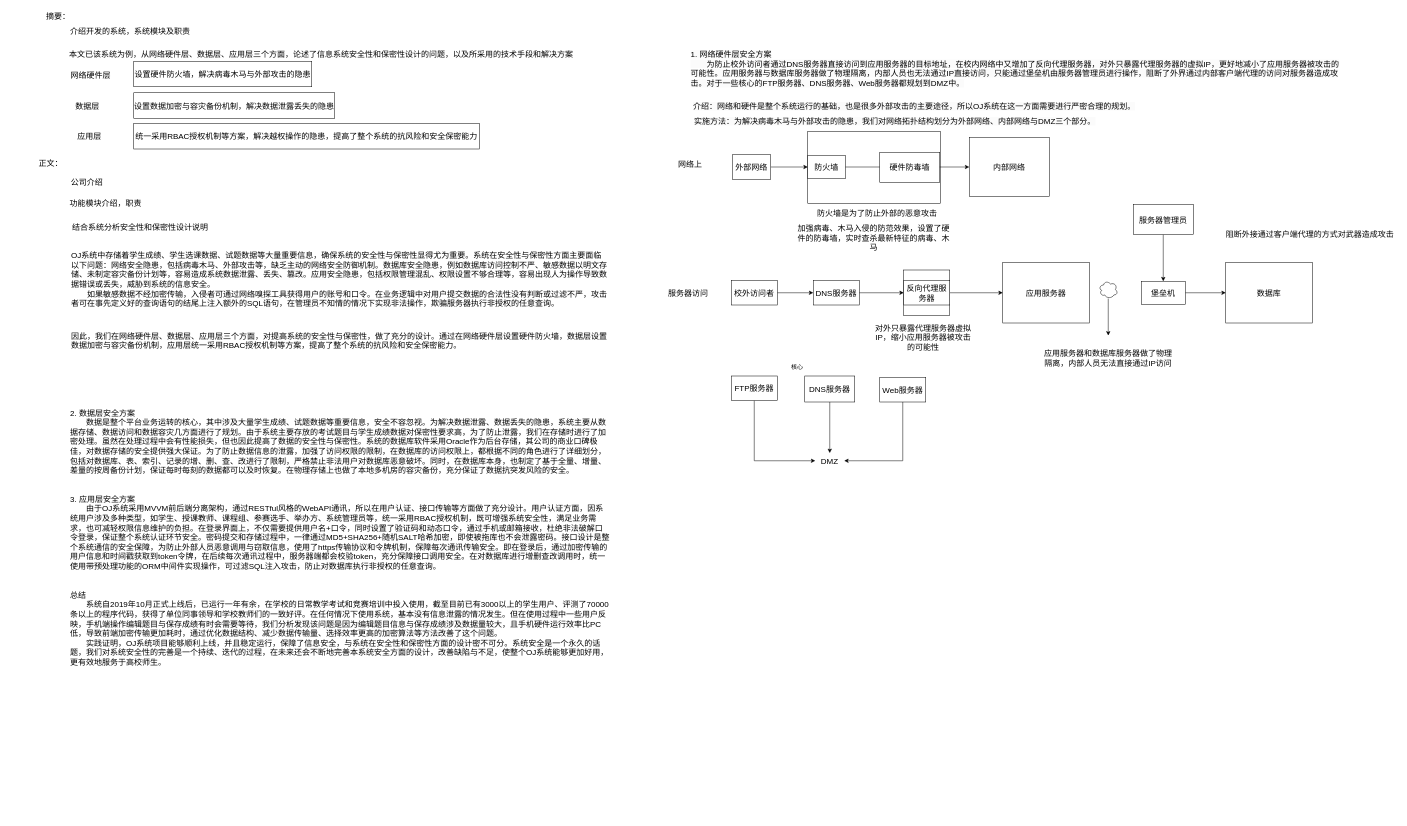
The draw.io diagram 论信息系统的安全性与保密性设计.drawio in xiaodongYao/DrawIO, before the edit. Source tidied: cells renumbered, new cells numbered last; positions are measured from the earlier drawing's top-left corner, leaving out a move shared by most shapes. Both pictures are drawn from the tidied source at 50%, with x=0, y=0 at pixel (36, 8).
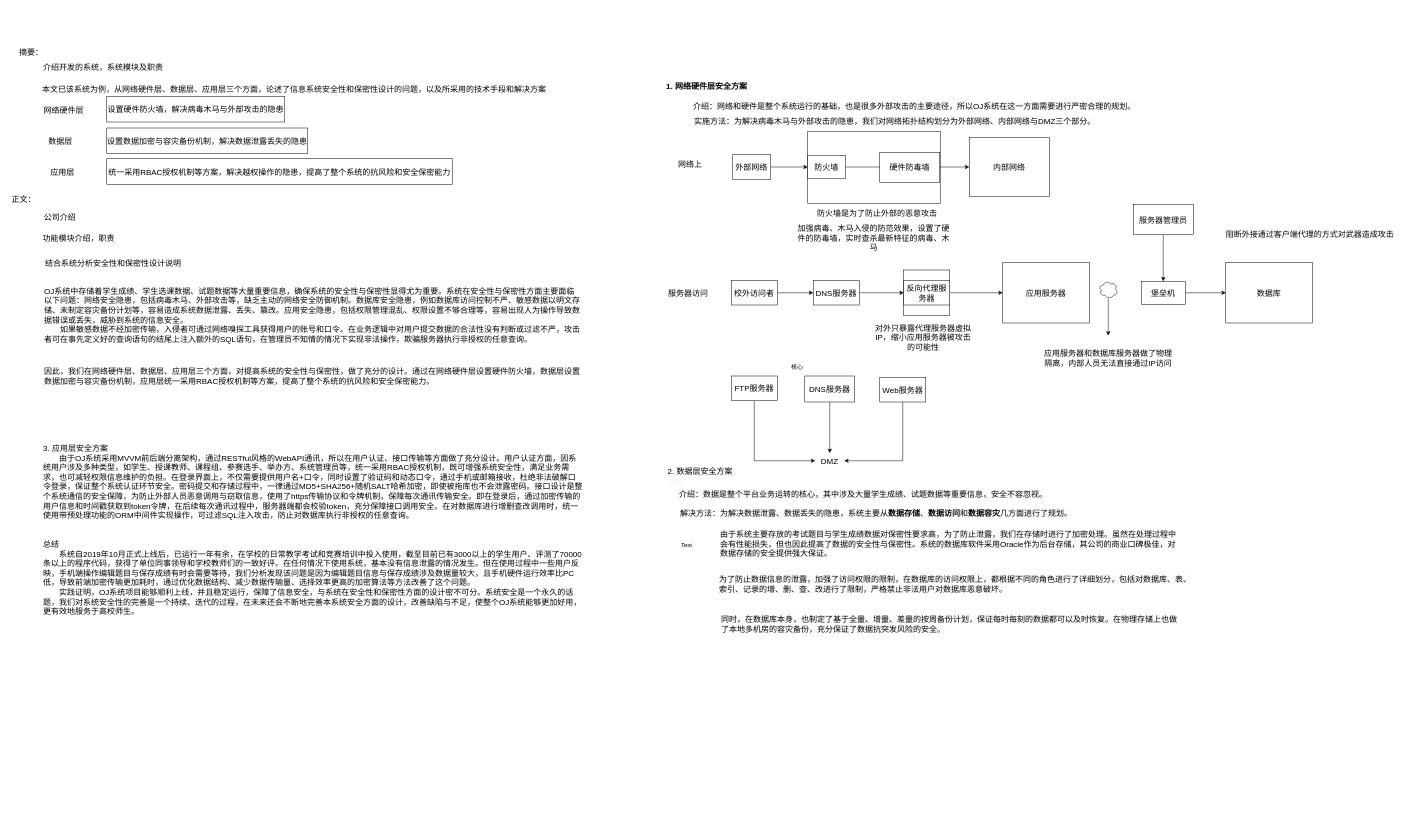
After the change.

Commit message (it also covers changes not shown here):
更新论信息系统的安全性与保密性设计.drawio

What changed in the source:
```diff
@@
     <mxCell id="2" value="摘要：" style="text;html=1;strokeColor=none;fillColor=none;align=center;verticalAlign=middle;whiteSpace=wrap;rounded=0;fontSize=16;" parent="1" vertex="1">
-      <mxGeometry x="15" width="60" height="30" as="geometry" />
+      <mxGeometry x="-39" y="70.5" width="60" height="30" as="geometry" />
     </mxCell>
     <mxCell id="3" value="介绍开发的系统，系统模块及职责" style="text;html=1;strokeColor=none;fillColor=none;align=center;verticalAlign=middle;whiteSpace=wrap;rounded=0;fontSize=16;" parent="1" vertex="1">
-      <mxGeometry x="60" y="30" width="258" height="30" as="geometry" />
+      <mxGeometry x="6" y="100.5" width="258" height="30" as="geometry" />
     </mxCell>
     <mxCell id="4" value="本文已该系统为例，从网络硬件层、数据层、应用层三个方面，论述了信息系统安全性和保密性设计的问题，以及所采用的技术手段和解决方案" style="text;html=1;strokeColor=none;fillColor=none;align=center;verticalAlign=middle;whiteSpace=wrap;rounded=0;fontSize=16;" parent="1" vertex="1">
-      <mxGeometry x="60" y="75" width="1022" height="30" as="geometry" />
+      <mxGeometry x="6" y="145.5" width="1022" height="30" as="geometry" />
     </mxCell>
     <mxCell id="5" value="网络硬件层" style="text;html=1;strokeColor=none;fillColor=none;align=center;verticalAlign=middle;whiteSpace=wrap;rounded=0;fontSize=16;" parent="1" vertex="1">
-      <mxGeometry x="69" y="117" width="82" height="30" as="geometry" />
+      <mxGeometry x="15" y="187.5" width="82" height="30" as="geometry" />
     </mxCell>
     <mxCell id="6" value="数据层" style="text;html=1;strokeColor=none;fillColor=none;align=center;verticalAlign=middle;whiteSpace=wrap;rounded=0;fontSize=16;" parent="1" vertex="1">
-      <mxGeometry x="69" y="178.5" width="69" height="30" as="geometry" />
+      <mxGeometry x="15" y="249" width="69" height="30" as="geometry" />
     </mxCell>
     <mxCell id="7" value="应用层" style="text;html=1;strokeColor=none;fillColor=none;align=center;verticalAlign=middle;whiteSpace=wrap;rounded=0;fontSize=16;" parent="1" vertex="1">
-      <mxGeometry x="73" y="240" width="69" height="30" as="geometry" />
+      <mxGeometry x="19" y="310.5" width="69" height="30" as="geometry" />
     </mxCell>
     <mxCell id="8" value="设置硬件防火墙，解决病毒木马与外部攻击的隐患" style="rounded=0;whiteSpace=wrap;html=1;fontSize=16;" parent="1" vertex="1">
-      <mxGeometry x="196" y="105" width="356" height="51" as="geometry" />
+      <mxGeometry x="142" y="175.5" width="356" height="51" as="geometry" />
     </mxCell>
     <mxCell id="9" value="设置数据加密与容灾备份机制，解决数据泄露丢失的隐患" style="rounded=0;whiteSpace=wrap;html=1;fontSize=16;" parent="1" vertex="1">
-      <mxGeometry x="196" y="168" width="402" height="51" as="geometry" />
+      <mxGeometry x="142" y="238.5" width="402" height="51" as="geometry" />
     </mxCell>
     <mxCell id="10" value="统一采用RBAC授权机制等方案，解决越权操作的隐患，提高了整个系统的抗风险和安全保密能力" style="rounded=0;whiteSpace=wrap;html=1;fontSize=16;" parent="1" vertex="1">
-      <mxGeometry x="196" y="229.5" width="691" height="51" as="geometry" />
+      <mxGeometry x="142" y="300" width="691" height="51" as="geometry" />
     </mxCell>
     <mxCell id="11" value="正文：" style="text;html=1;strokeColor=none;fillColor=none;align=center;verticalAlign=middle;whiteSpace=wrap;rounded=0;fontSize=16;" parent="1" vertex="1">
-      <mxGeometry y="294" width="60" height="30" as="geometry" />
+      <mxGeometry x="-54" y="364.5" width="60" height="30" as="geometry" />
     </mxCell>
     <mxCell id="12" value="公司介绍" style="text;html=1;strokeColor=none;fillColor=none;align=center;verticalAlign=middle;whiteSpace=wrap;rounded=0;fontSize=16;" parent="1" vertex="1">
-      <mxGeometry x="60" y="331" width="85" height="30" as="geometry" />
+      <mxGeometry x="6" y="401.5" width="85" height="30" as="geometry" />
     </mxCell>
     <mxCell id="13" value="功能模块介绍，职责" style="text;html=1;strokeColor=none;fillColor=none;align=center;verticalAlign=middle;whiteSpace=wrap;rounded=0;fontSize=16;" parent="1" vertex="1">
-      <mxGeometry x="65" y="373" width="150" height="30" as="geometry" />
+      <mxGeometry x="11" y="443.5" width="150" height="30" as="geometry" />
     </mxCell>
     <mxCell id="14" value="结合系统分析安全性和保密性设计说明" style="text;html=1;strokeColor=none;fillColor=none;align=center;verticalAlign=middle;whiteSpace=wrap;rounded=0;fontSize=16;" parent="1" vertex="1">
-      <mxGeometry x="69" y="422" width="280" height="30" as="geometry" />
+      <mxGeometry x="15" y="492.5" width="280" height="30" as="geometry" />
     </mxCell>
     <mxCell id="15" value="OJ系统中存储着学生成绩、学生选课数据、试题数据等大量重要信息，确保系统的安全性与保密性显得尤为重要。系统在安全性与保密性方面主要面临以下问题：网络安全隐患，包括病毒木马、外部攻击等，缺乏主动的网络安全防御机制。数据库安全隐患，例如数据库访问控制不严、敏感数据以明文存储、未制定容灾备份计划等，容易造成系统数据泄露、丢失、篡改。应用安全隐患，包括权限管理混乱、权限设置不够合理等，容易出现人为操作导致数据错误或丢失，威胁到系统的信息安全。&#10;  如果敏感数据不经加密传输，入侵者可通过网络嗅探工具获得用户的账号和口令。在业务逻辑中对用户提交数据的合法性没有判断或过滤不严，攻击者可在事先定义好的查询语句的结尾上注入额外的SQL语句，在管理员不知情的情况下实现非法操作，欺骗服务器执行非授权的任意查询。&#10;" style="text;whiteSpace=wrap;fontSize=16;" parent="1" vertex="1">
-      <mxGeometry x="69" y="477" width="1075" height="136" as="geometry" />
+      <mxGeometry x="15" y="547.5" width="1075" height="136" as="geometry" />
     </mxCell>
     <mxCell id="16" value="因此，我们在网络硬件层、数据层、应用层三个方面，对提高系统的安全性与保密性，做了充分的设计。通过在网络硬件层设置硬件防火墙，数据层设置数据加密与容灾备份机制，应用层统一采用RBAC授权机制等方案，提高了整个系统的抗风险和安全保密能力。" style="text;whiteSpace=wrap;fontSize=16;" parent="1" vertex="1">
-      <mxGeometry x="69" y="638" width="1080" height="99" as="geometry" />
+      <mxGeometry x="15" y="708.5" width="1080" height="99" as="geometry" />
     </mxCell>
-    <mxCell id="17" value="&#10;&#10;&#10;2. 数据层安全方案&#10;  数据是整个平台业务运转的核心，其中涉及大量学生成绩、试题数据等重要信息，安全不容忽视。为解决数据泄露、数据丢失的隐患，系统主要从数据存储、数据访问和数据容灾几方面进行了规划。由于系统主要存放的考试题目与学生成绩数据对保密性要求高，为了防止泄露，我们在存储时进行了加密处理。虽然在处理过程中会有性能损失，但也因此提高了数据的安全性与保密性。系统的数据库软件采用Oracle作为后台存储，其公司的商业口碑极佳，对数据存储的安全提供强大保证。为了防止数据信息的泄露，加强了访问权限的限制，在数据库的访问权限上，都根据不同的角色进行了详细划分，包括对数据库、表、索引、记录的增、删、查、改进行了限制，严格禁止非法用户对数据库恶意破坏。同时，在数据库本身，也制定了基于全量、增量、差量的按周备份计划，保证每时每刻的数据都可以及时恢复。在物理存储上也做了本地多机房的容灾备份，充分保证了数据抗突发风险的安全。&#10;&#10;&#10;3. 应用层安全方案&#10;  由于OJ系统采用MVVM前后端分离架构，通过RESTful风格的WebAPI通讯，所以在用户认证、接口传输等方面做了充分设计。用户认证方面，因系统用户涉及多种类型，如学生、授课教师、课程组、参赛选手、举办方、系统管理员等，统一采用RBAC授权机制，既可增强系统安全性，满足业务需求，也可减轻权限信息维护的负担。在登录界面上，不仅需要提供用户名+口令，同时设置了验证码和动态口令，通过手机或邮箱接收，杜绝非法破解口令登录，保证整个系统认证环节安全。密码提交和存储过程中，一律通过MD5+SHA256+随机SALT哈希加密，即使被拖库也不会泄露密码。接口设计是整个系统通信的安全保障，为防止外部人员恶意调用与窃取信息，使用了https传输协议和令牌机制，保障每次通讯传输安全。即在登录后，通过加密传输的用户信息和时间戳获取到token令牌，在后续每次通讯过程中，服务器端都会校验token，充分保障接口调用安全。在对数据库进行增删查改调用时，统一使用带预处理功能的ORM中间件实现操作，可过滤SQL注入攻击，防止对数据库执行非授权的任意查询。&#10;&#10;&#10;总结&#10;  系统自2019年10月正式上线后，已运行一年有余，在学校的日常教学考试和竞赛培训中投入使用，截至目前已有3000以上的学生用户、评测了70000条以上的程序代码，获得了单位同事领导和学校教师们的一致好评。在任何情况下使用系统，基本没有信息泄露的情况发生。但在使用过程中一些用户反映，手机端操作编辑题目与保存成绩有时会需要等待，我们分析发现该问题是因为编辑题目信息与保存成绩涉及数据量较大，且手机硬件运行效率比PC低，导致前端加密传输更加耗时，通过优化数据结构、减少数据传输量、选择效率更高的加密算法等方法改善了这个问题。&#10;  实践证明，OJ系统项目能够顺利上线，并且稳定运行，保障了信息安全，与系统在安全性和保密性方面的设计密不可分。系统安全是一个永久的话题，我们对系统安全性的完善是一个持续、迭代的过程，在未来还会不断地完善本系统安全方面的设计，改善缺陷与不足，使整个OJ系统能够更加好用，更有效地服务于高校师生。" style="text;whiteSpace=wrap;fontSize=16;" parent="1" vertex="1">
-      <mxGeometry x="67" y="734" width="1082" height="813" as="geometry" />
+    <mxCell id="17" value="&#10;&#10;&#10;3. 应用层安全方案&#10;  由于OJ系统采用MVVM前后端分离架构，通过RESTful风格的WebAPI通讯，所以在用户认证、接口传输等方面做了充分设计。用户认证方面，因系统用户涉及多种类型，如学生、授课教师、课程组、参赛选手、举办方、系统管理员等，统一采用RBAC授权机制，既可增强系统安全性，满足业务需求，也可减轻权限信息维护的负担。在登录界面上，不仅需要提供用户名+口令，同时设置了验证码和动态口令，通过手机或邮箱接收，杜绝非法破解口令登录，保证整个系统认证环节安全。密码提交和存储过程中，一律通过MD5+SHA256+随机SALT哈希加密，即使被拖库也不会泄露密码。接口设计是整个系统通信的安全保障，为防止外部人员恶意调用与窃取信息，使用了https传输协议和令牌机制，保障每次通讯传输安全。即在登录后，通过加密传输的用户信息和时间戳获取到token令牌，在后续每次通讯过程中，服务器端都会校验token，充分保障接口调用安全。在对数据库进行增删查改调用时，统一使用带预处理功能的ORM中间件实现操作，可过滤SQL注入攻击，防止对数据库执行非授权的任意查询。&#10;&#10;&#10;总结&#10;  系统自2019年10月正式上线后，已运行一年有余，在学校的日常教学考试和竞赛培训中投入使用，截至目前已有3000以上的学生用户、评测了70000条以上的程序代码，获得了单位同事领导和学校教师们的一致好评。在任何情况下使用系统，基本没有信息泄露的情况发生。但在使用过程中一些用户反映，手机端操作编辑题目与保存成绩有时会需要等待，我们分析发现该问题是因为编辑题目信息与保存成绩涉及数据量较大，且手机硬件运行效率比PC低，导致前端加密传输更加耗时，通过优化数据结构、减少数据传输量、选择效率更高的加密算法等方法改善了这个问题。&#10;  实践证明，OJ系统项目能够顺利上线，并且稳定运行，保障了信息安全，与系统在安全性和保密性方面的设计密不可分。系统安全是一个永久的话题，我们对系统安全性的完善是一个持续、迭代的过程，在未来还会不断地完善本系统安全方面的设计，改善缺陷与不足，使整个OJ系统能够更加好用，更有效地服务于高校师生。" style="text;whiteSpace=wrap;fontSize=16;" parent="1" vertex="1">
+      <mxGeometry x="13" y="804.5" width="1082" height="813" as="geometry" />
     </mxCell>
-    <mxCell id="18" value="&lt;span style=&quot;color: rgb(0, 0, 0); font-family: Helvetica; font-size: 16px; font-style: normal; font-variant-ligatures: normal; font-variant-caps: normal; font-weight: 400; letter-spacing: normal; orphans: 2; text-align: left; text-indent: 0px; text-transform: none; widows: 2; word-spacing: 0px; -webkit-text-stroke-width: 0px; background-color: rgb(251, 251, 251); text-decoration-thickness: initial; text-decoration-style: initial; text-decoration-color: initial; float: none; display: inline !important;&quot;&gt;1. 网络硬件层安全方案&lt;/span&gt;&lt;br style=&quot;border-color: var(--border-color); padding: 0px; margin: 0px; color: rgb(0, 0, 0); font-family: Helvetica; font-size: 16px; font-style: normal; font-variant-ligatures: normal; font-variant-caps: normal; font-weight: 400; letter-spacing: normal; orphans: 2; text-align: left; text-indent: 0px; text-transform: none; widows: 2; word-spacing: 0px; -webkit-text-stroke-width: 0px; background-color: rgb(251, 251, 251); text-decoration-thickness: initial; text-decoration-style: initial; text-decoration-color: initial;&quot;&gt;&lt;span style=&quot;color: rgb(0, 0, 0); font-family: Helvetica; font-size: 16px; font-style: normal; font-variant-ligatures: normal; font-variant-caps: normal; font-weight: 400; letter-spacing: normal; orphans: 2; text-align: left; text-indent: 0px; text-transform: none; widows: 2; word-spacing: 0px; -webkit-text-stroke-width: 0px; background-color: rgb(251, 251, 251); text-decoration-thickness: initial; text-decoration-style: initial; text-decoration-color: initial; float: none; display: inline !important;&quot;&gt;  为防止校外访问者通过DNS服务器直接访问到应用服务器的目标地址，在校内网络中又增加了反向代理服务器，对外只暴露代理服务器的虚拟IP，更好地减小了应用服务器被攻击的可能性。应用服务器与数据库服务器做了物理隔离，内部人员也无法通过IP直接访问，只能通过堡垒机由服务器管理员进行操作，阻断了外界通过内部客户端代理的访问对服务器造成攻击。对于一些核心的FTP服务器、DNS服务器、Web服务器都规划到DMZ中。&lt;/span&gt;" style="text;whiteSpace=wrap;html=1;" parent="1" vertex="1">
-      <mxGeometry x="1308" y="75" width="1311" height="141" as="geometry" />
+    <mxCell id="18" value="&lt;span style=&quot;color: rgb(0, 0, 0); font-family: Helvetica; font-size: 16px; font-style: normal; font-variant-ligatures: normal; font-variant-caps: normal; letter-spacing: normal; orphans: 2; text-align: left; text-indent: 0px; text-transform: none; widows: 2; word-spacing: 0px; -webkit-text-stroke-width: 0px; background-color: rgb(251, 251, 251); text-decoration-thickness: initial; text-decoration-style: initial; text-decoration-color: initial; float: none; display: inline !important;&quot;&gt;1. 网络硬件层安全方案&lt;/span&gt;&lt;br style=&quot;border-color: var(--border-color); padding: 0px; margin: 0px; color: rgb(0, 0, 0); font-family: Helvetica; font-size: 16px; font-style: normal; font-variant-ligatures: normal; font-variant-caps: normal; letter-spacing: normal; orphans: 2; text-align: left; text-indent: 0px; text-transform: none; widows: 2; word-spacing: 0px; -webkit-text-stroke-width: 0px; background-color: rgb(251, 251, 251); text-decoration-thickness: initial; text-decoration-style: initial; text-decoration-color: initial;&quot;&gt;" style="text;whiteSpace=wrap;html=1;fontStyle=1;" parent="1" vertex="1">
+      <mxGeometry x="1259" y="138" width="169" height="36.5" as="geometry" />
     </mxCell>
@@
+    <mxCell id="58" value="&lt;span style=&quot;color: rgb(0, 0, 0); font-family: Helvetica; font-size: 16px; font-style: normal; font-variant-ligatures: normal; font-variant-caps: normal; font-weight: 400; letter-spacing: normal; orphans: 2; text-align: left; text-indent: 0px; text-transform: none; widows: 2; word-spacing: 0px; -webkit-text-stroke-width: 0px; background-color: rgb(251, 251, 251); text-decoration-thickness: initial; text-decoration-style: initial; text-decoration-color: initial; float: none; display: inline !important;&quot;&gt;2. 数据层安全方案&lt;/span&gt;&lt;br style=&quot;border-color: var(--border-color); padding: 0px; margin: 0px; color: rgb(0, 0, 0); font-family: Helvetica; font-size: 16px; font-style: normal; font-variant-ligatures: normal; font-variant-caps: normal; font-weight: 400; letter-spacing: normal; orphans: 2; text-align: left; text-indent: 0px; text-transform: none; widows: 2; word-spacing: 0px; -webkit-text-stroke-width: 0px; background-color: rgb(251, 251, 251); text-decoration-thickness: initial; text-decoration-style: initial; text-decoration-color: initial;&quot;&gt;&lt;span style=&quot;color: rgb(0, 0, 0); font-family: Helvetica; font-size: 16px; font-style: normal; font-variant-ligatures: normal; font-variant-caps: normal; font-weight: 400; letter-spacing: normal; orphans: 2; text-align: left; text-indent: 0px; text-transform: none; widows: 2; word-spacing: 0px; -webkit-text-stroke-width: 0px; background-color: rgb(251, 251, 251); text-decoration-thickness: initial; text-decoration-style: initial; text-decoration-color: initial; float: none; display: inline !important;&quot;&gt;  &lt;/span&gt;" style="text;whiteSpace=wrap;html=1;" parent="1" vertex="1">
+      <mxGeometry x="1262" y="908.5" width="135" height="40" as="geometry" />
+    </mxCell>
+    <mxCell id="59" value="&lt;span style=&quot;color: rgb(0, 0, 0); font-family: Helvetica; font-size: 16px; font-style: normal; font-variant-ligatures: normal; font-variant-caps: normal; font-weight: 400; letter-spacing: normal; orphans: 2; text-align: left; text-indent: 0px; text-transform: none; widows: 2; word-spacing: 0px; -webkit-text-stroke-width: 0px; background-color: rgb(251, 251, 251); text-decoration-thickness: initial; text-decoration-style: initial; text-decoration-color: initial; float: none; display: inline !important;&quot;&gt;介绍：数据是整个平台业务运转的核心，其中涉及大量学生成绩、试题数据等重要信息，安全不容忽视。&lt;/span&gt;" style="text;whiteSpace=wrap;html=1;" parent="1" vertex="1">
+      <mxGeometry x="1285" y="954.5" width="843" height="35" as="geometry" />
+    </mxCell>
+    <mxCell id="60" value="&lt;span style=&quot;color: rgb(0, 0, 0); font-family: Helvetica; font-size: 16px; font-style: normal; font-variant-ligatures: normal; font-variant-caps: normal; font-weight: 400; letter-spacing: normal; orphans: 2; text-align: left; text-indent: 0px; text-transform: none; widows: 2; word-spacing: 0px; -webkit-text-stroke-width: 0px; background-color: rgb(251, 251, 251); text-decoration-thickness: initial; text-decoration-style: initial; text-decoration-color: initial; float: none; display: inline !important;&quot;&gt;解决方法：为解决数据泄露、数据丢失的隐患，系统主要从&lt;/span&gt;&lt;span style=&quot;color: rgb(0, 0, 0); font-family: Helvetica; font-size: 16px; font-style: normal; font-variant-ligatures: normal; font-variant-caps: normal; letter-spacing: normal; orphans: 2; text-align: left; text-indent: 0px; text-transform: none; widows: 2; word-spacing: 0px; -webkit-text-stroke-width: 0px; background-color: rgb(251, 251, 251); text-decoration-thickness: initial; text-decoration-style: initial; text-decoration-color: initial; float: none; display: inline !important;&quot;&gt;&lt;b&gt;数据存储&lt;/b&gt;&lt;/span&gt;&lt;span style=&quot;color: rgb(0, 0, 0); font-family: Helvetica; font-size: 16px; font-style: normal; font-variant-ligatures: normal; font-variant-caps: normal; font-weight: 400; letter-spacing: normal; orphans: 2; text-align: left; text-indent: 0px; text-transform: none; widows: 2; word-spacing: 0px; -webkit-text-stroke-width: 0px; background-color: rgb(251, 251, 251); text-decoration-thickness: initial; text-decoration-style: initial; text-decoration-color: initial; float: none; display: inline !important;&quot;&gt;、&lt;/span&gt;&lt;span style=&quot;color: rgb(0, 0, 0); font-family: Helvetica; font-size: 16px; font-style: normal; font-variant-ligatures: normal; font-variant-caps: normal; letter-spacing: normal; orphans: 2; text-align: left; text-indent: 0px; text-transform: none; widows: 2; word-spacing: 0px; -webkit-text-stroke-width: 0px; background-color: rgb(251, 251, 251); text-decoration-thickness: initial; text-decoration-style: initial; text-decoration-color: initial; float: none; display: inline !important;&quot;&gt;&lt;b&gt;数据访问&lt;/b&gt;&lt;/span&gt;&lt;span style=&quot;color: rgb(0, 0, 0); font-family: Helvetica; font-size: 16px; font-style: normal; font-variant-ligatures: normal; font-variant-caps: normal; font-weight: 400; letter-spacing: normal; orphans: 2; text-align: left; text-indent: 0px; text-transform: none; widows: 2; word-spacing: 0px; -webkit-text-stroke-width: 0px; background-color: rgb(251, 251, 251); text-decoration-thickness: initial; text-decoration-style: initial; text-decoration-color: initial; float: none; display: inline !important;&quot;&gt;和&lt;/span&gt;&lt;span style=&quot;color: rgb(0, 0, 0); font-family: Helvetica; font-size: 16px; font-style: normal; font-variant-ligatures: normal; font-variant-caps: normal; letter-spacing: normal; orphans: 2; text-align: left; text-indent: 0px; text-transform: none; widows: 2; word-spacing: 0px; -webkit-text-stroke-width: 0px; background-color: rgb(251, 251, 251); text-decoration-thickness: initial; text-decoration-style: initial; text-decoration-color: initial; float: none; display: inline !important;&quot;&gt;&lt;b&gt;数据容灾&lt;/b&gt;&lt;/span&gt;&lt;span style=&quot;color: rgb(0, 0, 0); font-family: Helvetica; font-size: 16px; font-style: normal; font-variant-ligatures: normal; font-variant-caps: normal; font-weight: 400; letter-spacing: normal; orphans: 2; text-align: left; text-indent: 0px; text-transform: none; widows: 2; word-spacing: 0px; -webkit-text-stroke-width: 0px; background-color: rgb(251, 251, 251); text-decoration-thickness: initial; text-decoration-style: initial; text-decoration-color: initial; float: none; display: inline !important;&quot;&gt;几方面进行了规划。&lt;/span&gt;" style="text;whiteSpace=wrap;html=1;" parent="1" vertex="1">
+      <mxGeometry x="1287" y="991.5" width="811" height="37" as="geometry" />
+    </mxCell>
+    <mxCell id="61" value="&lt;span style=&quot;color: rgb(0, 0, 0); font-family: Helvetica; font-size: 16px; font-style: normal; font-variant-ligatures: normal; font-variant-caps: normal; font-weight: 400; letter-spacing: normal; orphans: 2; text-align: left; text-indent: 0px; text-transform: none; widows: 2; word-spacing: 0px; -webkit-text-stroke-width: 0px; background-color: rgb(251, 251, 251); text-decoration-thickness: initial; text-decoration-style: initial; text-decoration-color: initial; float: none; display: inline !important;&quot;&gt;同时，在数据库本身，也制定了基于全量、增量、差量的按周备份计划，保证每时每刻的数据都可以及时恢复。在物理存储上也做了本地多机房的容灾备份，充分保证了数据抗突发风险的安全。&lt;/span&gt;" style="text;whiteSpace=wrap;html=1;" parent="1" vertex="1">
+      <mxGeometry x="1369" y="1204.5" width="923" height="62" as="geometry" />
+    </mxCell>
+    <mxCell id="62" value="&lt;span style=&quot;color: rgb(0, 0, 0); font-family: Helvetica; font-size: 16px; font-style: normal; font-variant-ligatures: normal; font-variant-caps: normal; font-weight: 400; letter-spacing: normal; orphans: 2; text-align: left; text-indent: 0px; text-transform: none; widows: 2; word-spacing: 0px; -webkit-text-stroke-width: 0px; background-color: rgb(251, 251, 251); text-decoration-thickness: initial; text-decoration-style: initial; text-decoration-color: initial; float: none; display: inline !important;&quot;&gt;由于系统主要存放的考试题目与学生成绩数据对保密性要求高，为了防止泄露，我们在存储时进行了加密处理。虽然在处理过程中会有性能损失，但也因此提高了数据的安全性与保密性。系统的数据库软件采用Oracle作为后台存储，其公司的商业口碑极佳，对数据存储的安全提供强大保证。&lt;/span&gt;" style="text;whiteSpace=wrap;html=1;" parent="1" vertex="1">
+      <mxGeometry x="1367" y="1034.5" width="924" height="79" as="geometry" />
+    </mxCell>
+    <mxCell id="63" value="&lt;span style=&quot;color: rgb(0, 0, 0); font-family: Helvetica; font-size: 16px; font-style: normal; font-variant-ligatures: normal; font-variant-caps: normal; font-weight: 400; letter-spacing: normal; orphans: 2; text-align: left; text-indent: 0px; text-transform: none; widows: 2; word-spacing: 0px; -webkit-text-stroke-width: 0px; background-color: rgb(251, 251, 251); text-decoration-thickness: initial; text-decoration-style: initial; text-decoration-color: initial; float: none; display: inline !important;&quot;&gt;为了防止数据信息的泄露，加强了访问权限的限制，在数据库的访问权限上，都根据不同的角色进行了详细划分，包括对数据库、表、索引、记录的增、删、查、改进行了限制，严格禁止非法用户对数据库恶意破坏。&lt;/span&gt;" style="text;whiteSpace=wrap;html=1;" parent="1" vertex="1">
+      <mxGeometry x="1365" y="1124.5" width="959" height="80" as="geometry" />
+    </mxCell>
+    <mxCell id="64" value="Text" style="text;html=1;strokeColor=none;fillColor=none;align=center;verticalAlign=middle;whiteSpace=wrap;rounded=0;" parent="1" vertex="1">
+      <mxGeometry x="1272" y="1056.5" width="60" height="30" as="geometry" />
+    </mxCell>
```
